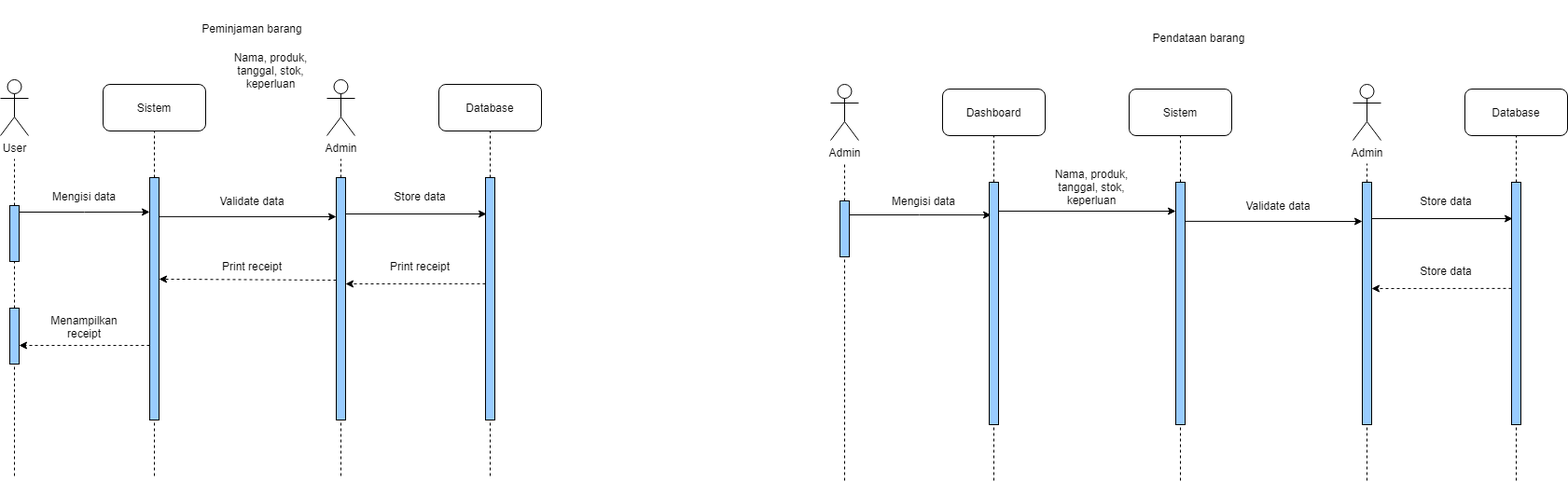
Above: diagrams/Sequence Diagram.drawio.png in johannfac/aplikasipeminjamanaset (draw.io), before the change. Source tidied: cells renumbered, new cells last; positions are measured from the earlier drawing's top-left corner, leaving out a move shared by most shapes.
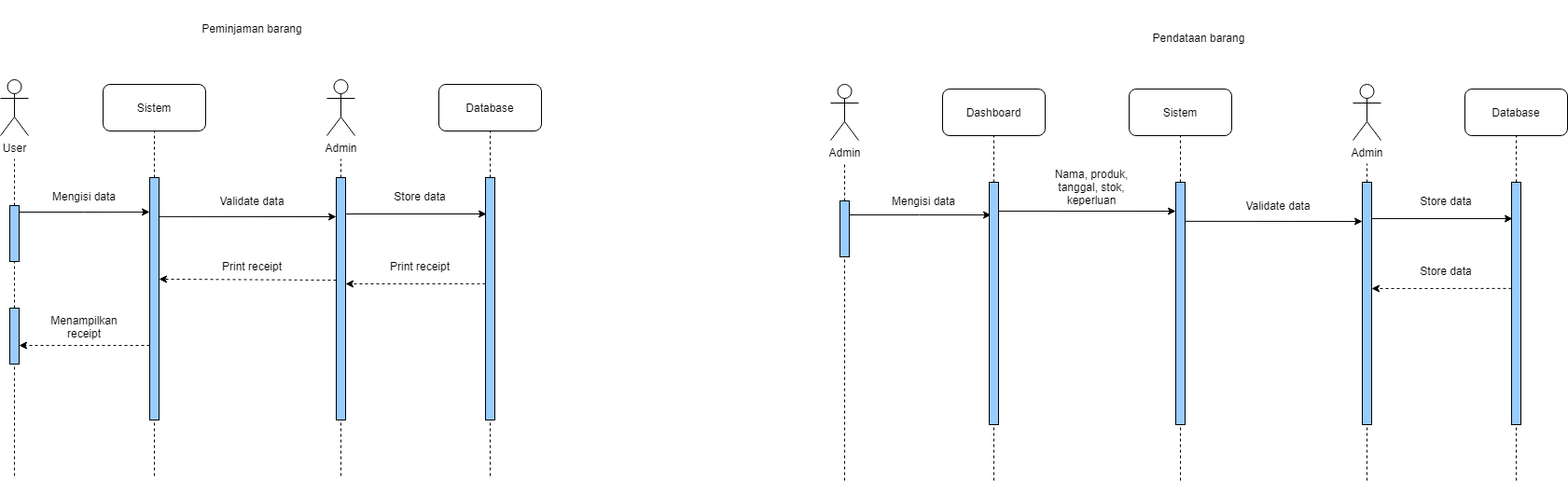
After the commit.

The edit, as a diff of the source:
```diff
@@ -76,9 +76,6 @@
     <mxCell id="21" value="Mengisi data" style="text;html=1;strokeColor=none;fillColor=none;align=center;verticalAlign=middle;whiteSpace=wrap;rounded=0;" parent="1" vertex="1">
       <mxGeometry x="40" y="200" width="100" height="20" as="geometry" />
     </mxCell>
-    <mxCell id="22" value="Nama, produk, tanggal, stok, keperluan" style="text;html=1;strokeColor=none;fillColor=none;align=center;verticalAlign=middle;whiteSpace=wrap;rounded=0;" parent="1" vertex="1">
-      <mxGeometry x="240" y="50" width="100" height="50" as="geometry" />
-    </mxCell>
     <mxCell id="23" style="endArrow=classic;html=1;rounded=0;exitX=1;exitY=0.161;exitDx=0;exitDy=0;exitPerimeter=0;" parent="1" edge="1" source="17">
       <mxGeometry relative="1" as="geometry">
         <mxPoint x="360" y="232" as="targetPoint" />
```
